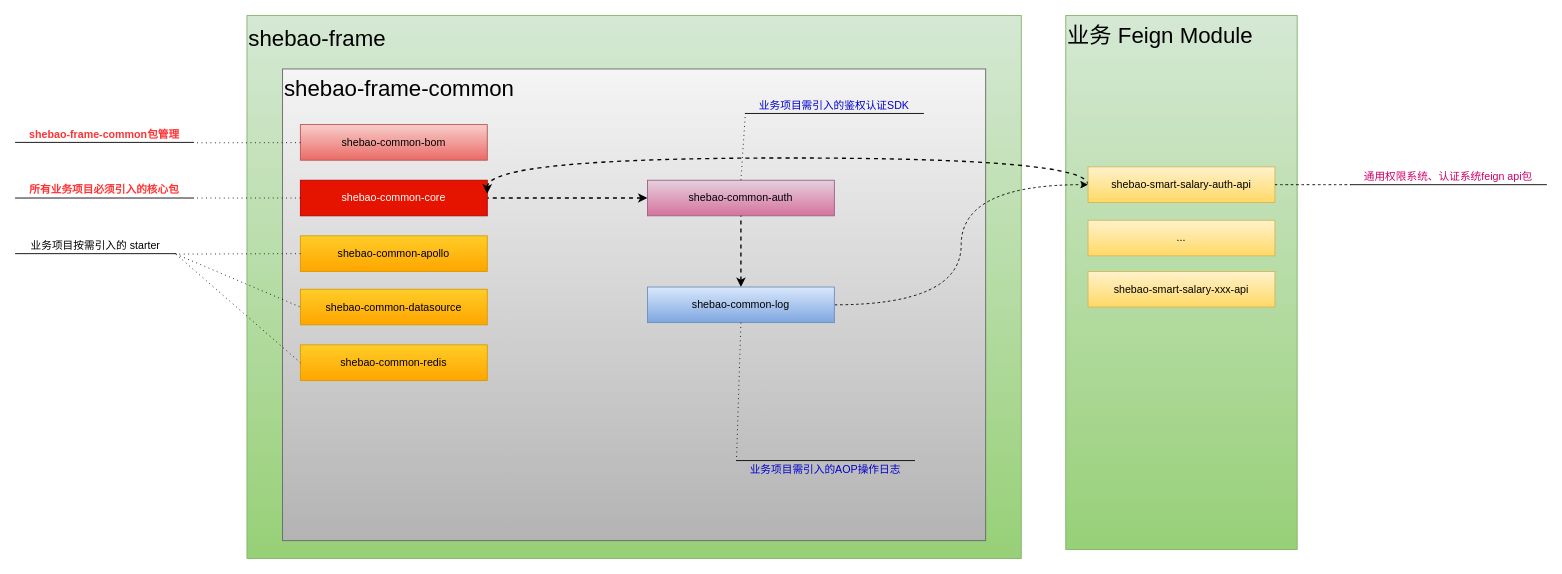
Earlier version of the draw.io diagram frame-common-lib.drawio (rexlin600/diagrams). Source tidied: cells renumbered, new cells numbered last; positions are measured from the earlier drawing's top-left corner, leaving out a move shared by most shapes. Both pictures are drawn from the tidied source at 89%, with x=0, y=0 at pixel (15, 15).
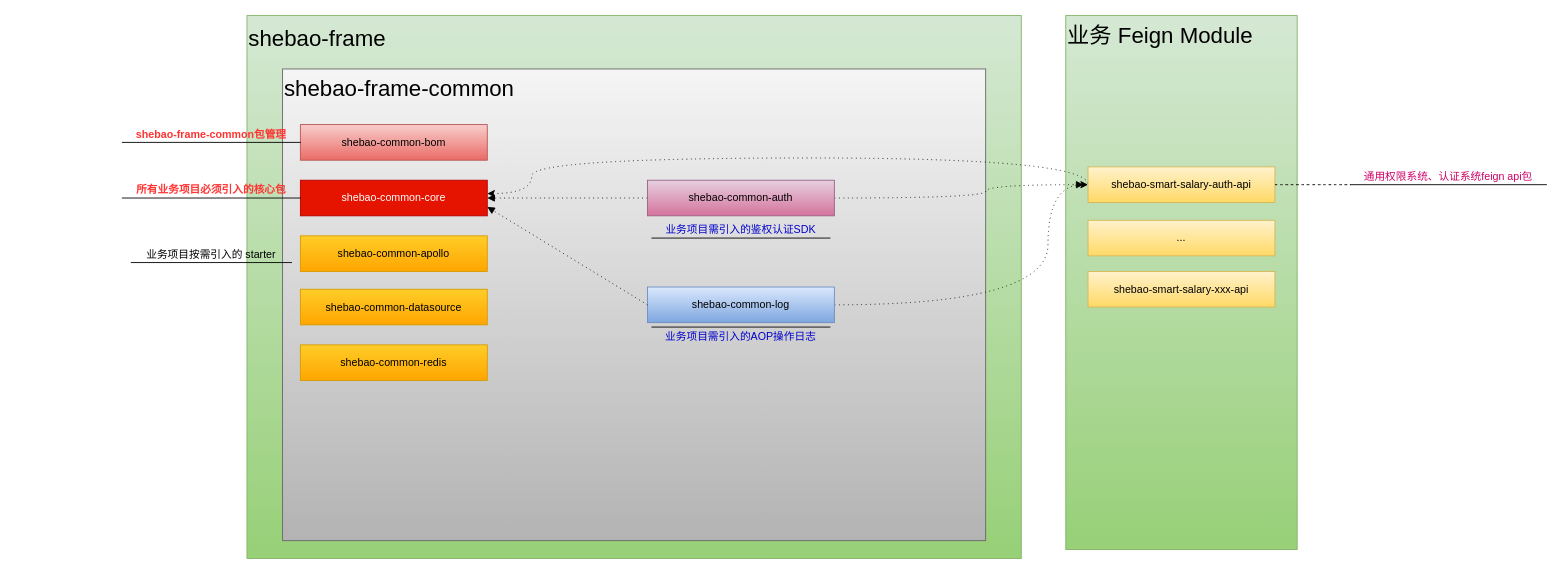
Above is the later version.

The change refers to these unchanged cells:
```xml
<mxCell id="5" value="shebao-common-apollo" style="rounded=0;whiteSpace=wrap;html=1;fillColor=#ffcd28;strokeColor=#d79b00;gradientColor=#ffa500;" parent="1" vertex="1">
  <mxGeometry x="320" y="247.5" width="210" height="40" as="geometry" />
</mxCell>
<mxCell id="7" value="shebao-common-auth" style="rounded=0;whiteSpace=wrap;html=1;fillColor=#e6d0de;strokeColor=#996185;gradientColor=#d5739d;" parent="1" vertex="1">
  <mxGeometry x="710" y="185" width="210" height="40" as="geometry" />
</mxCell>
<mxCell id="8" value="shebao-common-core" style="rounded=0;whiteSpace=wrap;html=1;fillColor=#e51400;strokeColor=#B20000;fontColor=#ffffff;" parent="1" vertex="1">
  <mxGeometry x="320" y="185" width="210" height="40" as="geometry" />
</mxCell>
<mxCell id="9" value="shebao-common-bom" style="rounded=0;whiteSpace=wrap;html=1;fillColor=#f8cecc;strokeColor=#b85450;gradientColor=#ea6b66;" parent="1" vertex="1">
  <mxGeometry x="320" y="122.5" width="210" height="40" as="geometry" />
</mxCell>
<mxCell id="10" value="shebao-common-redis" style="rounded=0;whiteSpace=wrap;html=1;fillColor=#ffcd28;strokeColor=#d79b00;gradientColor=#ffa500;" parent="1" vertex="1">
  <mxGeometry x="320" y="370" width="210" height="40" as="geometry" />
</mxCell>
<mxCell id="11" value="shebao-common-datasource" style="rounded=0;whiteSpace=wrap;html=1;fillColor=#ffcd28;strokeColor=#d79b00;gradientColor=#ffa500;" parent="1" vertex="1">
  <mxGeometry x="320" y="307.5" width="210" height="40" as="geometry" />
</mxCell>
<mxCell id="15" value="shebao-common-log" style="rounded=0;whiteSpace=wrap;html=1;fillColor=#dae8fc;strokeColor=#6c8ebf;gradientColor=#7ea6e0;" parent="1" vertex="1">
  <mxGeometry x="710" y="305" width="210" height="40" as="geometry" />
</mxCell>
<mxCell id="16" value="shebao-smart-salary-auth-api" style="rounded=0;whiteSpace=wrap;html=1;fillColor=#fff2cc;strokeColor=#d6b656;gradientColor=#ffd966;" parent="1" vertex="1">
  <mxGeometry x="1205" y="170" width="210" height="40" as="geometry" />
</mxCell>
```

The edit, as a diff of the source:
```diff
@@
-    <mxCell id="6" style="edgeStyle=orthogonalEdgeStyle;rounded=0;jettySize=auto;html=1;fontSize=30;entryX=1;entryY=0.5;entryDx=0;entryDy=0;dashed=1;strokeWidth=1.5;startArrow=classic;startFill=1;endArrow=none;endFill=0;" parent="1" edge="1" source="7" target="8">
+    <mxCell id="6" style="rounded=0;jettySize=auto;html=1;fontSize=30;entryX=1;entryY=0.5;entryDx=0;entryDy=0;dashed=1;strokeWidth=1;startArrow=none;startFill=0;endArrow=block;endFill=1;dashPattern=1 4;" parent="1" edge="1" source="7" target="8">
       <mxGeometry relative="1" as="geometry" />
     </mxCell>
+    <mxCell id="33" style="edgeStyle=orthogonalEdgeStyle;rounded=0;jettySize=auto;html=1;dashed=1;dashPattern=1 4;startArrow=none;startFill=0;endArrow=block;endFill=1;strokeWidth=1;curved=1;" parent="1" edge="1" source="7">
+      <mxGeometry relative="1" as="geometry">
+        <mxPoint x="1200" y="190" as="targetPoint" />
+        <Array as="points">
+          <mxPoint x="1090" y="205" />
+          <mxPoint x="1090" y="190" />
+        </Array>
+      </mxGeometry>
+    </mxCell>
@@
-    <mxCell id="12" style="edgeStyle=orthogonalEdgeStyle;rounded=0;jettySize=auto;html=1;fontSize=30;entryX=0.5;entryY=1;entryDx=0;entryDy=0;dashed=1;strokeWidth=1.5;startArrow=classic;startFill=1;endArrow=none;endFill=0;" parent="1" edge="1" source="15" target="7">
-      <mxGeometry relative="1" as="geometry" />
-    </mxCell>
-    <mxCell id="13" style="rounded=0;jettySize=auto;html=1;fontSize=30;entryX=0;entryY=0.5;entryDx=0;entryDy=0;dashed=1;strokeWidth=1.5;startArrow=classic;startFill=1;endArrow=none;endFill=0;edgeStyle=orthogonalEdgeStyle;curved=1;" parent="1" edge="1" target="16">
+    <mxCell id="13" style="rounded=0;jettySize=auto;html=1;fontSize=30;entryX=0;entryY=0.5;entryDx=0;entryDy=0;dashed=1;strokeWidth=1;startArrow=classic;startFill=1;endArrow=none;endFill=0;edgeStyle=orthogonalEdgeStyle;curved=1;dashPattern=1 4;" parent="1" edge="1" target="16">
       <mxGeometry relative="1" as="geometry">
         <mxPoint x="530" y="200" as="sourcePoint" />
         <Array as="points">
-          <mxPoint x="530" y="160" />
+          <mxPoint x="580" y="200" />
+          <mxPoint x="580" y="160" />
           <mxPoint x="1205" y="160" />
         </Array>
       </mxGeometry>
     </mxCell>
-    <mxCell id="14" style="edgeStyle=orthogonalEdgeStyle;rounded=0;jettySize=auto;html=1;entryX=0;entryY=0.5;entryDx=0;entryDy=0;curved=1;dashed=1;" parent="1" edge="1" source="15" target="16">
-      <mxGeometry relative="1" as="geometry" />
+    <mxCell id="14" style="edgeStyle=orthogonalEdgeStyle;rounded=0;jettySize=auto;html=1;entryX=0;entryY=0.5;entryDx=0;entryDy=0;curved=1;dashed=1;strokeWidth=1;dashPattern=1 4;" parent="1" edge="1" source="15" target="16">
+      <mxGeometry relative="1" as="geometry">
+        <Array as="points">
+          <mxPoint x="1160" y="325" />
+          <mxPoint x="1160" y="190" />
+        </Array>
+      </mxGeometry>
     </mxCell>
@@
     <mxCell id="19" value="shebao-frame-common包管理" style="whiteSpace=wrap;html=1;shape=partialRectangle;top=0;left=0;bottom=1;right=0;points=[[0,1],[1,1]];fillColor=none;align=center;verticalAlign=bottom;routingCenterY=0.5;snapToPoint=1;newEdgeStyle={&quot;edgeStyle&quot;:&quot;entityRelationEdgeStyle&quot;,&quot;startArrow&quot;:&quot;none&quot;,&quot;endArrow&quot;:&quot;none&quot;,&quot;segment&quot;:10,&quot;curved&quot;:1};fontSize=12;fontStyle=1;fontColor=#FF3333;" parent="1" vertex="1">
-      <mxGeometry y="122.5" width="200" height="20" as="geometry" />
+      <mxGeometry x="120" y="122.5" width="200" height="20" as="geometry" />
     </mxCell>
-    <mxCell id="20" style="startArrow=none;endArrow=none;segment=10;dashed=1;fontSize=12;dashPattern=1 4;" parent="1" edge="1" source="9" target="19">
-      <mxGeometry relative="1" as="geometry" />
-    </mxCell>
     <mxCell id="21" value="所有业务项目必须引入的核心包" style="whiteSpace=wrap;html=1;shape=partialRectangle;top=0;left=0;bottom=1;right=0;points=[[0,1],[1,1]];fillColor=none;align=center;verticalAlign=bottom;routingCenterY=0.5;snapToPoint=1;newEdgeStyle={&quot;edgeStyle&quot;:&quot;entityRelationEdgeStyle&quot;,&quot;startArrow&quot;:&quot;none&quot;,&quot;endArrow&quot;:&quot;none&quot;,&quot;segment&quot;:10,&quot;curved&quot;:1};fontSize=12;fontColor=#FF3333;fontStyle=1;" parent="1" vertex="1">
-      <mxGeometry y="185" width="200" height="20" as="geometry" />
+      <mxGeometry x="120" y="185" width="200" height="20" as="geometry" />
     </mxCell>
-    <mxCell id="22" style="startArrow=none;endArrow=none;segment=10;dashed=1;fontSize=12;exitX=0;exitY=0.5;exitDx=0;exitDy=0;dashPattern=1 4;" parent="1" edge="1" source="8" target="21">
-      <mxGeometry relative="1" as="geometry" />
-    </mxCell>
-    <mxCell id="23" style="rounded=0;jettySize=auto;html=1;entryX=0;entryY=0.5;entryDx=0;entryDy=0;dashed=1;fontSize=12;fontColor=#000000;dashPattern=1 4;endArrow=none;endFill=0;" parent="1" edge="1" source="25" target="11">
-      <mxGeometry relative="1" as="geometry" />
-    </mxCell>
-    <mxCell id="24" style="rounded=0;jettySize=auto;html=1;entryX=0;entryY=0.5;entryDx=0;entryDy=0;dashed=1;fontSize=12;fontColor=#000000;dashPattern=1 4;endArrow=none;endFill=0;" parent="1" edge="1" source="25" target="10">
-      <mxGeometry relative="1" as="geometry" />
-    </mxCell>
     <mxCell id="25" value="业务项目按需引入的 starter" style="whiteSpace=wrap;html=1;shape=partialRectangle;top=0;left=0;bottom=1;right=0;points=[[0,1],[1,1]];fillColor=none;align=center;verticalAlign=bottom;routingCenterY=0.5;snapToPoint=1;newEdgeStyle={&quot;edgeStyle&quot;:&quot;entityRelationEdgeStyle&quot;,&quot;startArrow&quot;:&quot;none&quot;,&quot;endArrow&quot;:&quot;none&quot;,&quot;segment&quot;:10,&quot;curved&quot;:1};fontSize=12;fontColor=#000000;" parent="1" vertex="1">
-      <mxGeometry y="247.5" width="180" height="20" as="geometry" />
+      <mxGeometry x="130" y="257.5" width="180" height="20" as="geometry" />
     </mxCell>
-    <mxCell id="26" style="startArrow=none;endArrow=none;segment=10;dashed=1;fontSize=12;fontColor=#FF3333;exitX=0;exitY=0.5;exitDx=0;exitDy=0;dashPattern=1 4;" parent="1" edge="1" source="5" target="25">
-      <mxGeometry relative="1" as="geometry" />
-    </mxCell>
     <mxCell id="27" value="业务项目需引入的鉴权认证SDK" style="whiteSpace=wrap;html=1;shape=partialRectangle;top=0;left=0;bottom=1;right=0;points=[[0,1],[1,1]];fillColor=none;align=center;verticalAlign=bottom;routingCenterY=0.5;snapToPoint=1;newEdgeStyle={&quot;edgeStyle&quot;:&quot;entityRelationEdgeStyle&quot;,&quot;startArrow&quot;:&quot;none&quot;,&quot;endArrow&quot;:&quot;none&quot;,&quot;segment&quot;:10,&quot;curved&quot;:1};fontSize=12;fontColor=#0000CC;" parent="1" vertex="1">
-      <mxGeometry x="820" y="90" width="200" height="20" as="geometry" />
+      <mxGeometry x="715" y="230" width="200" height="20" as="geometry" />
     </mxCell>
-    <mxCell id="28" style="startArrow=none;endArrow=none;segment=10;dashed=1;fontSize=12;fontColor=#000000;exitX=0.5;exitY=0;exitDx=0;exitDy=0;dashPattern=1 4;" parent="1" edge="1" source="7" target="27">
-      <mxGeometry relative="1" as="geometry" />
-    </mxCell>
     <mxCell id="29" value="业务项目需引入的AOP操作日志" style="whiteSpace=wrap;html=1;shape=partialRectangle;top=0;left=0;bottom=1;right=0;points=[[0,1],[1,1]];fillColor=none;align=center;verticalAlign=bottom;routingCenterY=0.5;snapToPoint=1;newEdgeStyle={&quot;edgeStyle&quot;:&quot;entityRelationEdgeStyle&quot;,&quot;startArrow&quot;:&quot;none&quot;,&quot;endArrow&quot;:&quot;none&quot;,&quot;segment&quot;:10,&quot;curved&quot;:1};fontSize=12;fontColor=#0000CC;direction=west;" parent="1" vertex="1">
-      <mxGeometry x="810" y="500" width="200" height="20" as="geometry" />
+      <mxGeometry x="715" y="350" width="200" height="20" as="geometry" />
     </mxCell>
-    <mxCell id="30" style="startArrow=none;endArrow=none;segment=10;dashed=1;fontSize=12;fontColor=#000000;exitX=0.5;exitY=1;exitDx=0;exitDy=0;entryX=1;entryY=1;entryDx=0;entryDy=0;dashPattern=1 4;" parent="1" edge="1" source="15" target="29">
-      <mxGeometry relative="1" as="geometry" />
-    </mxCell>
@@
+    <mxCell id="34" style="rounded=0;jettySize=auto;html=1;fontSize=30;entryX=1;entryY=0.75;entryDx=0;entryDy=0;dashed=1;strokeWidth=1;startArrow=none;startFill=0;endArrow=block;endFill=1;dashPattern=1 4;exitX=0;exitY=0.5;exitDx=0;exitDy=0;" parent="1" edge="1" source="15" target="8">
+      <mxGeometry relative="1" as="geometry" />
+    </mxCell>
```
